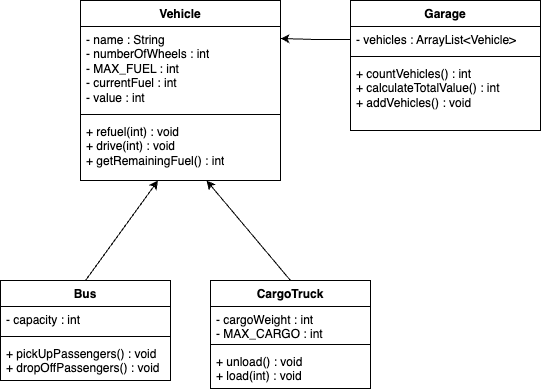
This is Diagram.drawio.png from TDD66/PolymorphismLab, a draw.io export, as it was before one commit. Source tidied: cells renumbered, new cells last; positions are measured from the earlier drawing's top-left corner, leaving out a move shared by most shapes.
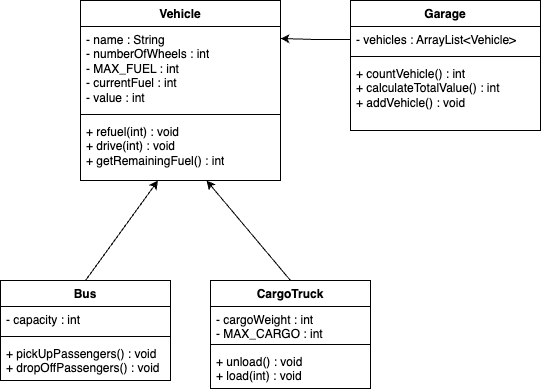
The same diagram one commit later.

What changed in the source:
```diff
@@ -23,7 +23,7 @@
     <mxCell id="8" style="line;strokeWidth=1;fillColor=none;align=left;verticalAlign=middle;spacingTop=-1;spacingLeft=3;spacingRight=3;labelPosition=right;strokeColor=inherit;" parent="6" vertex="1">
       <mxGeometry y="52" width="190" height="8" as="geometry" />
     </mxCell>
-    <mxCell id="9" value="+ countVehicles() : int&lt;br&gt;+ calculateTotalValue() : int&lt;br&gt;+ addVehicles() : void" style="text;strokeColor=none;fillColor=none;align=left;verticalAlign=top;spacingLeft=4;spacingRight=4;overflow=hidden;whiteSpace=wrap;html=1;" parent="6" vertex="1">
+    <mxCell id="9" value="+ countVehicle() : int&lt;br&gt;+ calculateTotalValue() : int&lt;br&gt;+ addVehicle() : void" style="text;strokeColor=none;fillColor=none;align=left;verticalAlign=top;spacingLeft=4;spacingRight=4;overflow=hidden;whiteSpace=wrap;html=1;" parent="6" vertex="1">
       <mxGeometry y="60" width="190" height="70" as="geometry" />
     </mxCell>
     <mxCell id="10" value="Bus" style="swimlane;fontStyle=1;align=center;verticalAlign=top;horizontal=1;startSize=26;whiteSpace=wrap;html=1;" parent="1" vertex="1">
```
